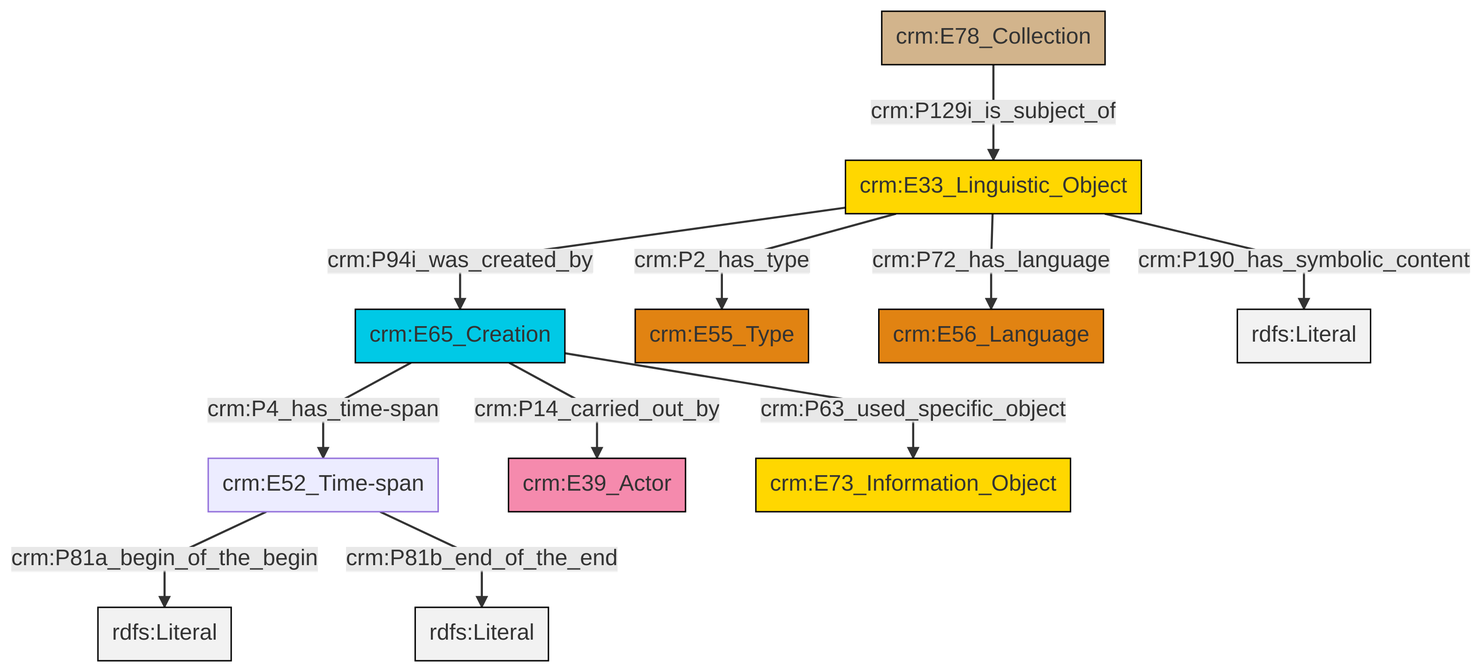
Earlier version of the Mermaid export et/archivalCSV/ttl/mmd/png/archival_desc.png (swiss-art-research-net/docs.swissartresearch). Its source is kept beside it as et/archivalCSV/ttl/mmd/archival_desc.ttl.mmd.
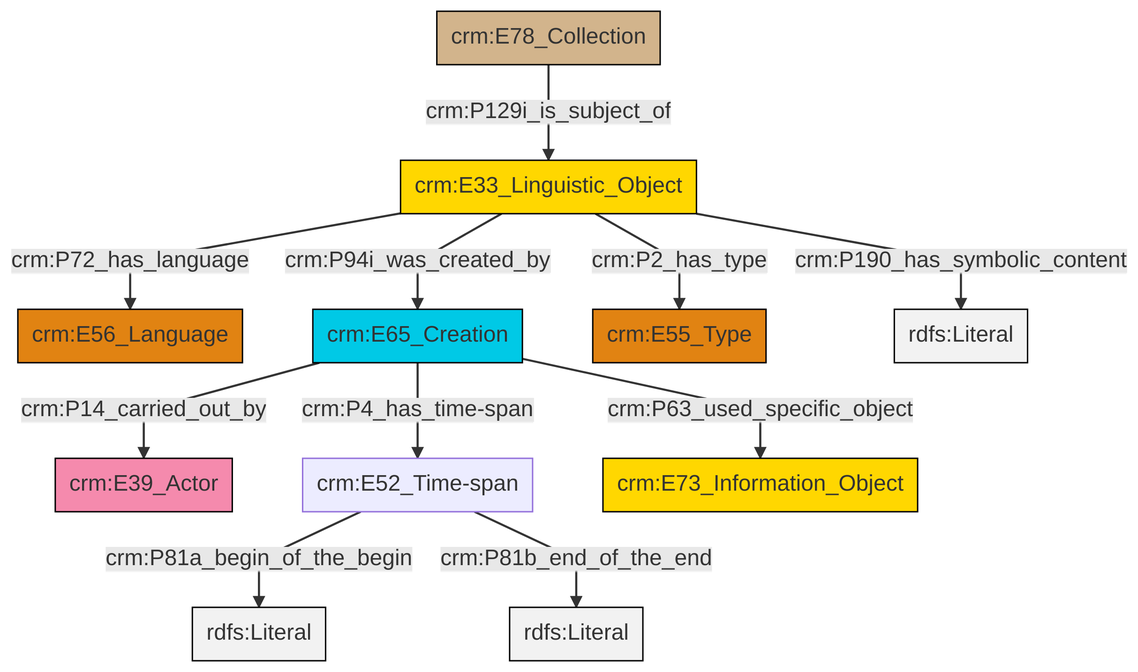
The same diagram one commit later.

What changed in the source:
```diff
@@ -13,13 +13,13 @@
 classDef PC_Classes fill:#4ce600, stroke:#000000;
 classDef Multi fill:#cccccc,stroke:#000000;
 
-0["crm:E33_Linguistic_Object"]:::Conceptual_Object -->|crm:P94i_was_created_by| 1["crm:E65_Creation"]:::Temporal_Entity
-0["crm:E33_Linguistic_Object"]:::Conceptual_Object -->|crm:P2_has_type| 4["crm:E55_Type"]:::Type
+0["crm:E33_Linguistic_Object"]:::Conceptual_Object -->|crm:P72_has_language| 1["crm:E56_Language"]:::Type
+2["crm:E78_Collection"]:::Physical_Thing -->|crm:P129i_is_subject_of| 0["crm:E33_Linguistic_Object"]:::Conceptual_Object
+3["crm:E65_Creation"]:::Temporal_Entity -->|crm:P4_has_time-span| 8["crm:E52_Time-span"]:::Default
 8["crm:E52_Time-span"]:::Default -->|crm:P81a_begin_of_the_begin| 9[rdfs:Literal]:::Literal
-2["crm:E78_Collection"]:::Physical_Thing -->|crm:P129i_is_subject_of| 0["crm:E33_Linguistic_Object"]:::Conceptual_Object
-0["crm:E33_Linguistic_Object"]:::Conceptual_Object -->|crm:P72_has_language| 10["crm:E56_Language"]:::Type
-0["crm:E33_Linguistic_Object"]:::Conceptual_Object -->|crm:P190_has_symbolic_content| 11[rdfs:Literal]:::Literal
-1["crm:E65_Creation"]:::Temporal_Entity -->|crm:P63_used_specific_object| 14["crm:E73_Information_Object"]:::Conceptual_Object
-8["crm:E52_Time-span"]:::Default -->|crm:P81b_end_of_the_end| 16[rdfs:Literal]:::Literal
-1["crm:E65_Creation"]:::Temporal_Entity -->|crm:P14_carried_out_by| 12["crm:E39_Actor"]:::Actor
-1["crm:E65_Creation"]:::Temporal_Entity -->|crm:P4_has_time-span| 8["crm:E52_Time-span"]:::Default
+0["crm:E33_Linguistic_Object"]:::Conceptual_Object -->|crm:P2_has_type| 10["crm:E55_Type"]:::Type
+3["crm:E65_Creation"]:::Temporal_Entity -->|crm:P63_used_specific_object| 13["crm:E73_Information_Object"]:::Conceptual_Object
+8["crm:E52_Time-span"]:::Default -->|crm:P81b_end_of_the_end| 14[rdfs:Literal]:::Literal
+3["crm:E65_Creation"]:::Temporal_Entity -->|crm:P14_carried_out_by| 5["crm:E39_Actor"]:::Actor
+0["crm:E33_Linguistic_Object"]:::Conceptual_Object -->|crm:P190_has_symbolic_content| 16[rdfs:Literal]:::Literal
+0["crm:E33_Linguistic_Object"]:::Conceptual_Object -->|crm:P94i_was_created_by| 3["crm:E65_Creation"]:::Temporal_Entity
```
